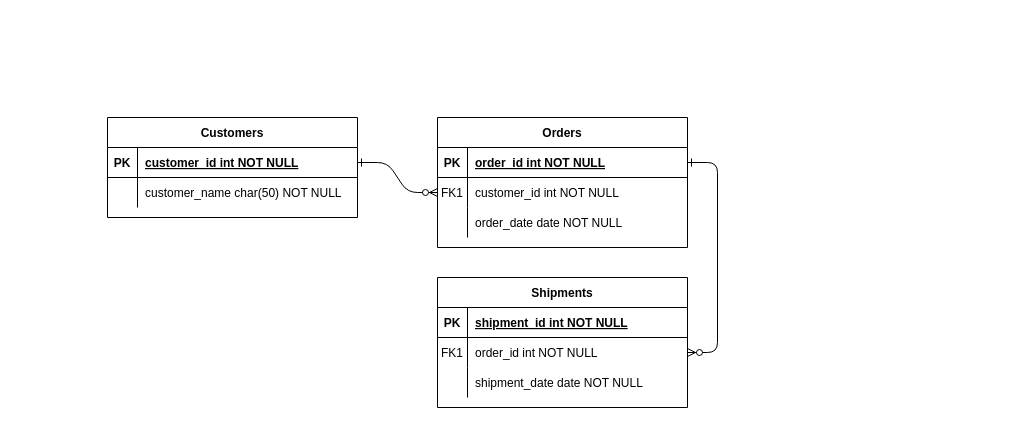
Earlier version of the draw.io diagram Diagrama sem nome.drawio (PierreSalves/bckup). Source tidied: cells renumbered, new cells numbered last; positions are measured from the earlier drawing's top-left corner, leaving out a move shared by most shapes. Both pictures are drawn from the tidied source at 100%, with x=0, y=0 at pixel (107, 117).
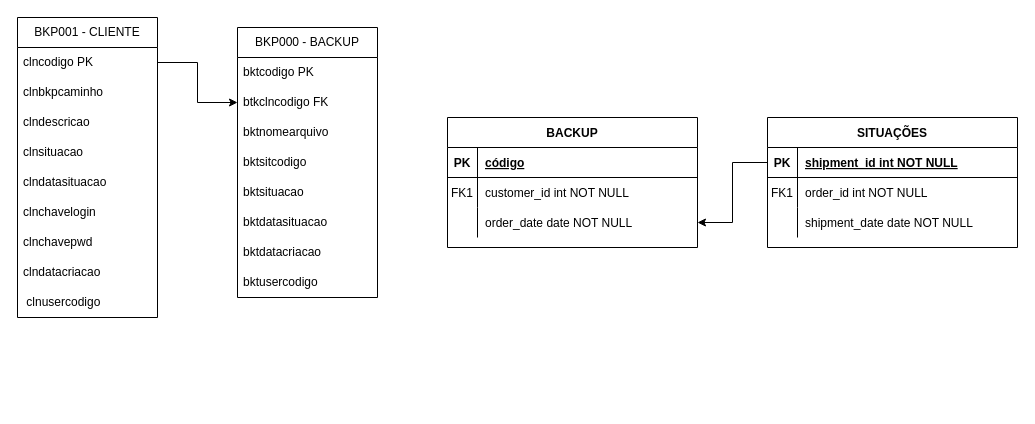
After the change.

Commit message (it also covers changes not shown here):
Actualizar Diagrama MER.drawio

The change refers to these unchanged cells:
```xml
<mxCell id="5" style="shape=partialRectangle;fillColor=none;points=[[0,0.5],[1,0.5]];portConstraint=eastwest;top=0;left=0;right=0;bottom=1;" parent="4" vertex="1">
  <mxGeometry y="30" width="250" height="30" as="geometry" />
</mxCell>
<mxCell id="8" style="shape=partialRectangle;fillColor=none;points=[[0,0.5],[1,0.5]];portConstraint=eastwest;top=0;left=0;right=0;bottom=0;" parent="4" vertex="1">
  <mxGeometry y="60" width="250" height="30" as="geometry" />
</mxCell>
<mxCell id="11" style="shape=partialRectangle;fillColor=none;points=[[0,0.5],[1,0.5]];portConstraint=eastwest;top=0;left=0;right=0;bottom=0;" parent="4" vertex="1">
  <mxGeometry y="90" width="250" height="30" as="geometry" />
</mxCell>
<mxCell id="15" style="shape=partialRectangle;fillColor=none;points=[[0,0.5],[1,0.5]];portConstraint=eastwest;top=0;left=0;right=0;bottom=1;" parent="14" vertex="1">
  <mxGeometry y="30" width="250" height="30" as="geometry" />
</mxCell>
<mxCell id="18" style="shape=partialRectangle;fillColor=none;points=[[0,0.5],[1,0.5]];portConstraint=eastwest;top=0;left=0;right=0;bottom=0;" parent="14" vertex="1">
  <mxGeometry y="60" width="250" height="30" as="geometry" />
</mxCell>
```

Change to the diagram source:
```diff
@@
-    <mxCell id="2" style="edgeStyle=entityRelationEdgeStyle;endArrow=ERzeroToMany;startArrow=ERone;endFill=1;startFill=0;" parent="1" edge="1" source="25" target="8">
-      <mxGeometry relative="1" as="geometry" />
-    </mxCell>
-    <mxCell id="3" style="edgeStyle=entityRelationEdgeStyle;endArrow=ERzeroToMany;startArrow=ERone;endFill=1;startFill=0;" parent="1" edge="1" source="5" target="18">
-      <mxGeometry relative="1" as="geometry" />
-    </mxCell>
-    <mxCell id="4" value="Orders" style="shape=table;startSize=30;childLayout=tableLayout;rowLines=0;fontStyle=1;align=center;" parent="1" vertex="1">
-      <mxGeometry x="330" width="250" height="130" as="geometry" />
+    <mxCell id="4" value="BACKUP" style="shape=table;startSize=30;childLayout=tableLayout;rowLines=0;fontStyle=1;align=center;" parent="1" vertex="1">
+      <mxGeometry x="340" width="250" height="130" as="geometry" />
     </mxCell>
@@
-    <mxCell id="7" value="order_id int NOT NULL " style="shape=partialRectangle;overflow=hidden;fillColor=none;top=0;left=0;bottom=0;right=0;align=left;spacingLeft=6;fontStyle=5;" parent="5" vertex="1">
+    <mxCell id="7" value="código" style="shape=partialRectangle;overflow=hidden;fillColor=none;top=0;left=0;bottom=0;right=0;align=left;spacingLeft=6;fontStyle=5;" parent="5" vertex="1">
       <mxGeometry x="30" width="220" height="30" as="geometry" />
     </mxCell>
@@
-    <mxCell id="14" value="Shipments" style="shape=table;startSize=30;childLayout=tableLayout;rowLines=0;fontStyle=1;align=center;" parent="1" vertex="1">
-      <mxGeometry x="330" y="160" width="250" height="130" as="geometry" />
+    <mxCell id="14" value="SITUAÇÕES" style="shape=table;startSize=30;childLayout=tableLayout;rowLines=0;fontStyle=1;align=center;" parent="1" vertex="1">
+      <mxGeometry x="660" width="250" height="130" as="geometry" />
     </mxCell>
@@
-    <mxCell id="24" value="Customers" style="shape=table;startSize=30;childLayout=tableLayout;rowLines=0;fontStyle=1;align=center;" parent="1" vertex="1">
-      <mxGeometry width="250" height="100" as="geometry" />
-    </mxCell>
-    <mxCell id="25" style="shape=partialRectangle;fillColor=none;points=[[0,0.5],[1,0.5]];portConstraint=eastwest;top=0;left=0;right=0;bottom=1;" parent="24" vertex="1">
-      <mxGeometry y="30" width="250" height="30" as="geometry" />
-    </mxCell>
-    <mxCell id="26" value="PK" style="shape=partialRectangle;overflow=hidden;fillColor=none;top=0;left=0;bottom=0;right=0;fontStyle=1;" parent="25" vertex="1">
-      <mxGeometry width="30" height="30" as="geometry" />
-    </mxCell>
-    <mxCell id="27" value="customer_id int NOT NULL " style="shape=partialRectangle;overflow=hidden;fillColor=none;top=0;left=0;bottom=0;right=0;align=left;spacingLeft=6;fontStyle=5;" parent="25" vertex="1">
-      <mxGeometry x="30" width="220" height="30" as="geometry" />
-    </mxCell>
-    <mxCell id="28" style="shape=partialRectangle;fillColor=none;top=0;left=0;right=0;bottom=0;" parent="24" vertex="1">
-      <mxGeometry y="60" width="250" height="30" as="geometry" />
-    </mxCell>
-    <mxCell id="29" style="shape=partialRectangle;overflow=hidden;fillColor=none;top=0;left=0;bottom=0;right=0;" parent="28" vertex="1">
-      <mxGeometry width="30" height="30" as="geometry" />
-    </mxCell>
-    <mxCell id="30" value="customer_name char(50) NOT NULL" style="shape=partialRectangle;overflow=hidden;fillColor=none;top=0;left=0;bottom=0;right=0;align=left;spacingLeft=6;" parent="28" vertex="1">
-      <mxGeometry x="30" width="220" height="30" as="geometry" />
-    </mxCell>
+    <mxCell id="31" style="edgeStyle=orthogonalEdgeStyle;rounded=0;jettySize=auto;html=1;entryX=1;entryY=0.5;entryDx=0;entryDy=0;" parent="1" edge="1" source="15" target="11">
+      <mxGeometry relative="1" as="geometry" />
+    </mxCell>
+    <mxCell id="32" value="BKP001 - CLIENTE" style="swimlane;fontStyle=0;horizontal=1;startSize=30;whiteSpace=wrap;html=1;" parent="1" vertex="1">
+      <mxGeometry x="-90" y="-100" width="140" height="300" as="geometry" />
+    </mxCell>
+    <mxCell id="33" value="clncodigo PK" style="text;strokeColor=none;fillColor=none;align=left;verticalAlign=middle;spacingLeft=4;spacingRight=4;overflow=hidden;points=[[0,0.5],[1,0.5]];portConstraint=eastwest;whiteSpace=wrap;html=1;" parent="32" vertex="1">
+      <mxGeometry y="30" width="140" height="30" as="geometry" />
+    </mxCell>
+    <mxCell id="34" value="clnbkpcaminho&amp;nbsp;" style="text;strokeColor=none;fillColor=none;align=left;verticalAlign=middle;spacingLeft=4;spacingRight=4;overflow=hidden;whiteSpace=wrap;html=1;" parent="32" vertex="1">
+      <mxGeometry y="60" width="140" height="30" as="geometry" />
+    </mxCell>
+    <mxCell id="35" value="clndescricao&amp;nbsp;" style="text;strokeColor=none;fillColor=none;align=left;verticalAlign=middle;spacingLeft=4;spacingRight=4;overflow=hidden;whiteSpace=wrap;html=1;" parent="32" vertex="1">
+      <mxGeometry y="90" width="140" height="30" as="geometry" />
+    </mxCell>
+    <mxCell id="36" value="clnsituacao&amp;nbsp;" style="text;strokeColor=none;fillColor=none;align=left;verticalAlign=middle;spacingLeft=4;spacingRight=4;overflow=hidden;whiteSpace=wrap;html=1;" parent="32" vertex="1">
+      <mxGeometry y="120" width="140" height="30" as="geometry" />
+    </mxCell>
+    <mxCell id="37" value="clndatasituacao&amp;nbsp;" style="text;strokeColor=none;fillColor=none;align=left;verticalAlign=middle;spacingLeft=4;spacingRight=4;overflow=hidden;whiteSpace=wrap;html=1;" parent="32" vertex="1">
+      <mxGeometry y="150" width="140" height="30" as="geometry" />
+    </mxCell>
+    <mxCell id="38" value="clnchavelogin&amp;nbsp;" style="text;strokeColor=none;fillColor=none;align=left;verticalAlign=middle;spacingLeft=4;spacingRight=4;overflow=hidden;whiteSpace=wrap;html=1;" parent="32" vertex="1">
+      <mxGeometry y="180" width="140" height="30" as="geometry" />
+    </mxCell>
+    <mxCell id="39" value="clnchavepwd&amp;nbsp;" style="text;strokeColor=none;fillColor=none;align=left;verticalAlign=middle;spacingLeft=4;spacingRight=4;overflow=hidden;whiteSpace=wrap;html=1;" parent="32" vertex="1">
+      <mxGeometry y="210" width="140" height="30" as="geometry" />
+    </mxCell>
+    <mxCell id="40" value="clndatacriacao&amp;nbsp;" style="text;strokeColor=none;fillColor=none;align=left;verticalAlign=middle;spacingLeft=4;spacingRight=4;overflow=hidden;whiteSpace=wrap;html=1;" parent="32" vertex="1">
+      <mxGeometry y="240" width="140" height="30" as="geometry" />
+    </mxCell>
+    <mxCell id="41" value="&amp;nbsp;clnusercodigo" style="text;strokeColor=none;fillColor=none;align=left;verticalAlign=middle;spacingLeft=4;spacingRight=4;overflow=hidden;whiteSpace=wrap;html=1;" parent="32" vertex="1">
+      <mxGeometry y="270" width="140" height="30" as="geometry" />
+    </mxCell>
+    <mxCell id="42" value="BKP000 - BACKUP" style="swimlane;fontStyle=0;horizontal=1;startSize=30;whiteSpace=wrap;html=1;" parent="1" vertex="1">
+      <mxGeometry x="130" y="-90" width="140" height="270" as="geometry" />
+    </mxCell>
+    <mxCell id="43" value="bktcodigo PK" style="text;strokeColor=none;fillColor=none;align=left;verticalAlign=middle;spacingLeft=4;spacingRight=4;overflow=hidden;whiteSpace=wrap;html=1;" parent="42" vertex="1">
+      <mxGeometry y="30" width="140" height="30" as="geometry" />
+    </mxCell>
+    <mxCell id="44" value="btkclncodigo FK" style="text;strokeColor=none;fillColor=none;align=left;verticalAlign=middle;spacingLeft=4;spacingRight=4;overflow=hidden;points=[[0,0.5],[1,0.5]];portConstraint=eastwest;whiteSpace=wrap;html=1;" parent="42" vertex="1">
+      <mxGeometry y="60" width="140" height="30" as="geometry" />
+    </mxCell>
+    <mxCell id="45" value="bktnomearquivo&amp;nbsp;" style="text;strokeColor=none;fillColor=none;align=left;verticalAlign=middle;spacingLeft=4;spacingRight=4;overflow=hidden;whiteSpace=wrap;html=1;" parent="42" vertex="1">
+      <mxGeometry y="90" width="140" height="30" as="geometry" />
+    </mxCell>
+    <mxCell id="46" value="bktsitcodigo&amp;nbsp;" style="text;strokeColor=none;fillColor=none;align=left;verticalAlign=middle;spacingLeft=4;spacingRight=4;overflow=hidden;whiteSpace=wrap;html=1;" parent="42" vertex="1">
+      <mxGeometry y="120" width="140" height="30" as="geometry" />
+    </mxCell>
+    <mxCell id="47" value="bktsituacao&amp;nbsp;" style="text;strokeColor=none;fillColor=none;align=left;verticalAlign=middle;spacingLeft=4;spacingRight=4;overflow=hidden;whiteSpace=wrap;html=1;" parent="42" vertex="1">
+      <mxGeometry y="150" width="140" height="30" as="geometry" />
+    </mxCell>
+    <mxCell id="48" value="bktdatasituacao&amp;nbsp;" style="text;strokeColor=none;fillColor=none;align=left;verticalAlign=middle;spacingLeft=4;spacingRight=4;overflow=hidden;whiteSpace=wrap;html=1;" parent="42" vertex="1">
+      <mxGeometry y="180" width="140" height="30" as="geometry" />
+    </mxCell>
+    <mxCell id="49" value="bktdatacriacao&amp;nbsp;" style="text;strokeColor=none;fillColor=none;align=left;verticalAlign=middle;spacingLeft=4;spacingRight=4;overflow=hidden;whiteSpace=wrap;html=1;" parent="42" vertex="1">
+      <mxGeometry y="210" width="140" height="30" as="geometry" />
+    </mxCell>
+    <mxCell id="50" value="bktusercodigo" style="text;strokeColor=none;fillColor=none;align=left;verticalAlign=middle;spacingLeft=4;spacingRight=4;overflow=hidden;whiteSpace=wrap;html=1;" parent="42" vertex="1">
+      <mxGeometry y="240" width="140" height="30" as="geometry" />
+    </mxCell>
+    <mxCell id="51" style="edgeStyle=orthogonalEdgeStyle;rounded=0;jettySize=auto;html=1;entryX=0;entryY=0.5;entryDx=0;entryDy=0;" parent="1" edge="1" source="33" target="44">
+      <mxGeometry relative="1" as="geometry" />
+    </mxCell>
```
